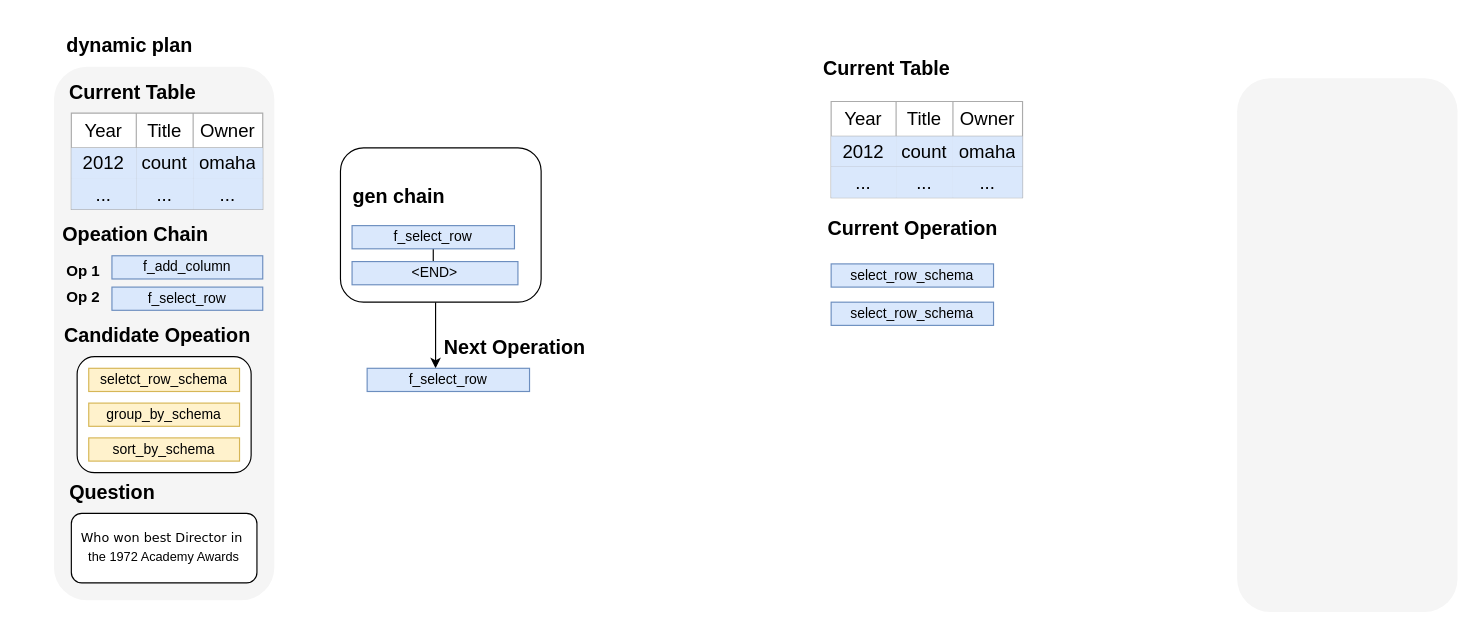
Before: chain_of_table.drawio in caojun1997/darwin.v, a draw.io diagram. Source tidied: cells renumbered, new cells numbered last; positions are measured from the earlier drawing's top-left corner, leaving out a move shared by most shapes. Both pictures are drawn from the tidied source at 116%, with x=0, y=0 at pixel (53, 20).
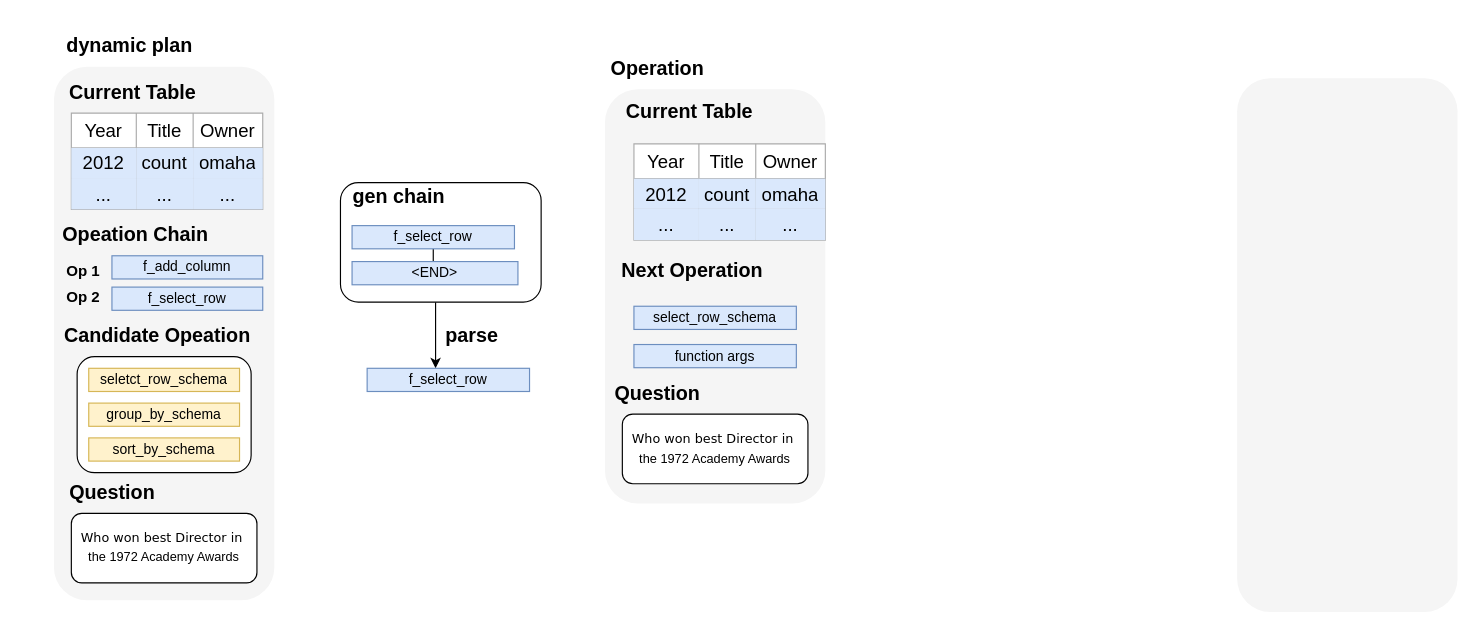
The same page after the edit.

Diff of the diagram source:
```diff
@@
+    <mxCell id="56" style="rounded=1;whiteSpace=wrap;html=1;fillColor=#f5f5f5;strokeColor=none;fontColor=#333333;" parent="1" vertex="1">
+      <mxGeometry x="475" y="59.5" width="190" height="357" as="geometry" />
+    </mxCell>
@@
     <mxCell id="4" style="rounded=1;whiteSpace=wrap;html=1;" parent="1" vertex="1">
-      <mxGeometry x="247" y="110" width="173" height="133" as="geometry" />
+      <mxGeometry x="247" y="140" width="173" height="103" as="geometry" />
     </mxCell>
@@
-    <mxCell id="38" value="&lt;span style=&quot;font-size: 17px;&quot;&gt;Next Operation&lt;/span&gt;" style="text;strokeColor=none;fillColor=none;html=1;fontSize=24;fontStyle=1;verticalAlign=middle;align=center;" parent="1" vertex="1">
-      <mxGeometry x="347" y="260" width="100" height="40" as="geometry" />
+    <mxCell id="38" value="&lt;span style=&quot;font-size: 17px;&quot;&gt;parse&lt;/span&gt;" style="text;strokeColor=none;fillColor=none;html=1;fontSize=24;fontStyle=1;verticalAlign=middle;align=center;" parent="1" vertex="1">
+      <mxGeometry x="310" y="250" width="100" height="40" as="geometry" />
     </mxCell>
     <mxCell id="39" style="shape=table;startSize=0;childLayout=tableLayout;fontSize=16;fillColor=default;swimlaneLine=1;strokeColor=#ABABAB;" parent="1" vertex="1">
-      <mxGeometry x="670" y="70" width="165" height="83" as="geometry" />
+      <mxGeometry x="500" y="106.5" width="165" height="83" as="geometry" />
     </mxCell>
@@
     <mxCell id="52" value="&lt;font style=&quot;font-size: 17px;&quot;&gt;Current Table&amp;nbsp;&lt;/font&gt;" style="text;strokeColor=none;fillColor=none;html=1;fontSize=24;fontStyle=1;verticalAlign=middle;align=center;" parent="1" vertex="1">
-      <mxGeometry x="670" y="20" width="100" height="40" as="geometry" />
+      <mxGeometry x="500" y="56.5" width="100" height="40" as="geometry" />
     </mxCell>
-    <mxCell id="53" value="&lt;span style=&quot;font-size: 17px;&quot;&gt;Current Operation&lt;/span&gt;" style="text;strokeColor=none;fillColor=none;html=1;fontSize=24;fontStyle=1;verticalAlign=middle;align=center;" parent="1" vertex="1">
-      <mxGeometry x="690" y="158" width="100" height="40" as="geometry" />
+    <mxCell id="53" value="&lt;span style=&quot;font-size: 17px;&quot;&gt;Next Operation&lt;/span&gt;" style="text;strokeColor=none;fillColor=none;html=1;fontSize=24;fontStyle=1;verticalAlign=middle;align=center;" parent="1" vertex="1">
+      <mxGeometry x="500" y="193.5" width="100" height="40" as="geometry" />
     </mxCell>
     <mxCell id="54" value="select_row_schema" style="rounded=0;whiteSpace=wrap;html=1;fillColor=#dae8fc;strokeColor=#6c8ebf;" parent="1" vertex="1">
-      <mxGeometry x="670" y="210" width="140" height="20" as="geometry" />
+      <mxGeometry x="500" y="246.5" width="140" height="20" as="geometry" />
     </mxCell>
-    <mxCell id="55" value="select_row_schema" style="rounded=0;whiteSpace=wrap;html=1;fillColor=#dae8fc;strokeColor=#6c8ebf;" parent="1" vertex="1">
-      <mxGeometry x="670" y="243" width="140" height="20" as="geometry" />
+    <mxCell id="55" value="function args" style="rounded=0;whiteSpace=wrap;html=1;fillColor=#dae8fc;strokeColor=#6c8ebf;" parent="1" vertex="1">
+      <mxGeometry x="500" y="279.5" width="140" height="20" as="geometry" />
     </mxCell>
+    <mxCell id="57" value="&lt;span style=&quot;font-size: 17px;&quot;&gt;Question&lt;/span&gt;" style="text;strokeColor=none;fillColor=none;html=1;fontSize=24;fontStyle=1;verticalAlign=middle;align=center;" parent="1" vertex="1">
+      <mxGeometry x="470" y="299.5" width="100" height="40" as="geometry" />
+    </mxCell>
+    <mxCell id="58" value="&lt;p style=&quot;line-height: 80%;&quot;&gt;&lt;/p&gt;&lt;div style=&quot;line-height: 40%; font-size: 11px;&quot;&gt;&lt;pre style=&quot;line-height: 40%;&quot;&gt;&lt;font style=&quot;font-size: 11px;&quot; face=&quot;Verdana&quot;&gt;Who won best Director in &lt;/font&gt;&lt;/pre&gt;&lt;pre style=&quot;line-height: 40%;&quot;&gt;&lt;font style=&quot;font-size: 11px;&quot; face=&quot;ynwQLnobWuk-l8IQKLAV&quot;&gt;the 1972 Academy Awards&lt;/font&gt;&lt;/pre&gt;&lt;/div&gt;&lt;p&gt;&lt;/p&gt;" style="rounded=1;whiteSpace=wrap;html=1;align=center;" parent="1" vertex="1">
+      <mxGeometry x="490" y="339.5" width="160" height="60" as="geometry" />
+    </mxCell>
+    <mxCell id="59" value="&lt;span style=&quot;font-size: 17px;&quot;&gt;Operation&lt;/span&gt;" style="text;strokeColor=none;fillColor=none;html=1;fontSize=24;fontStyle=1;verticalAlign=middle;align=center;" parent="1" vertex="1">
+      <mxGeometry x="470" y="19.5" width="100" height="40" as="geometry" />
+    </mxCell>
```
